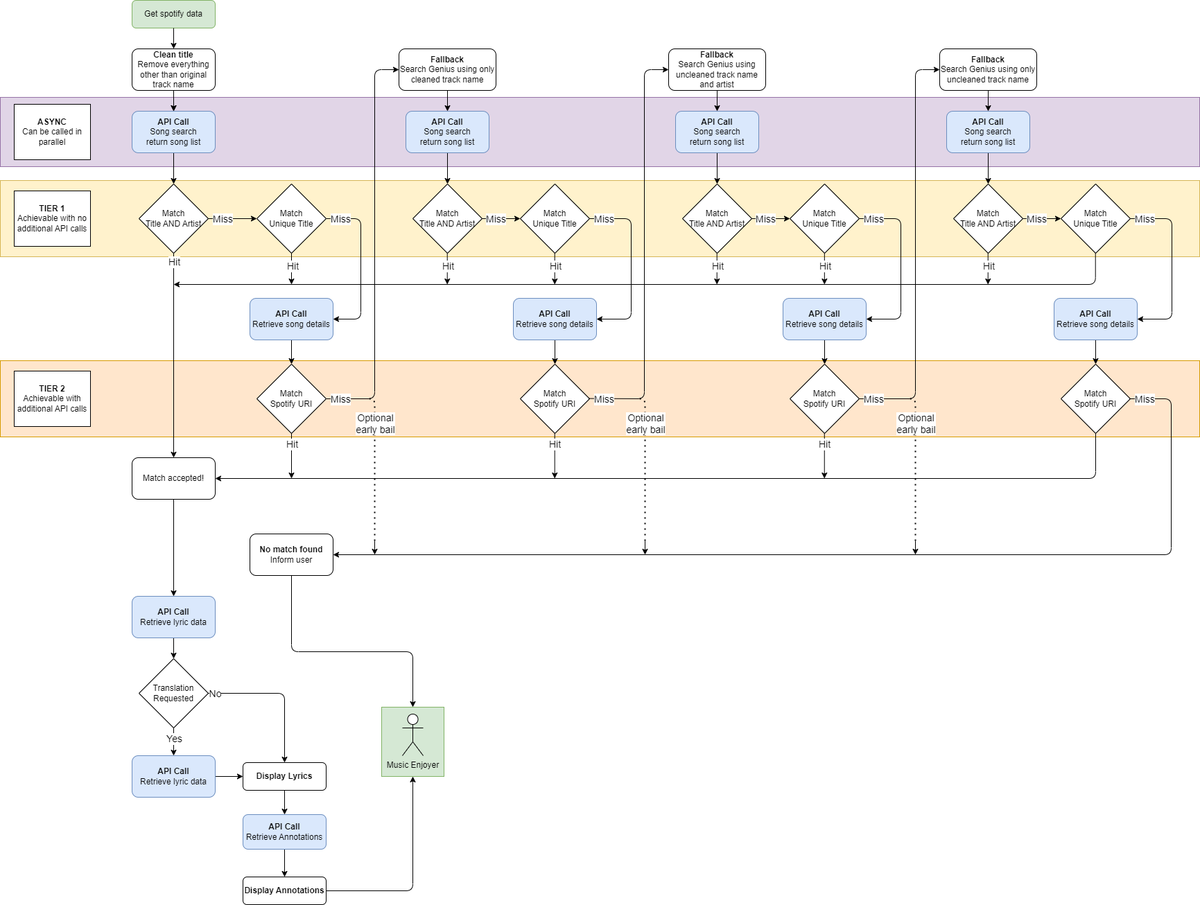
Above: design/lyrics-match.png in alexbishopbootcamp/music-lyric-player (draw.io), before the change. Source tidied: cells renumbered, new cells last; positions are measured from the earlier drawing's top-left corner, leaving out a move shared by most shapes.
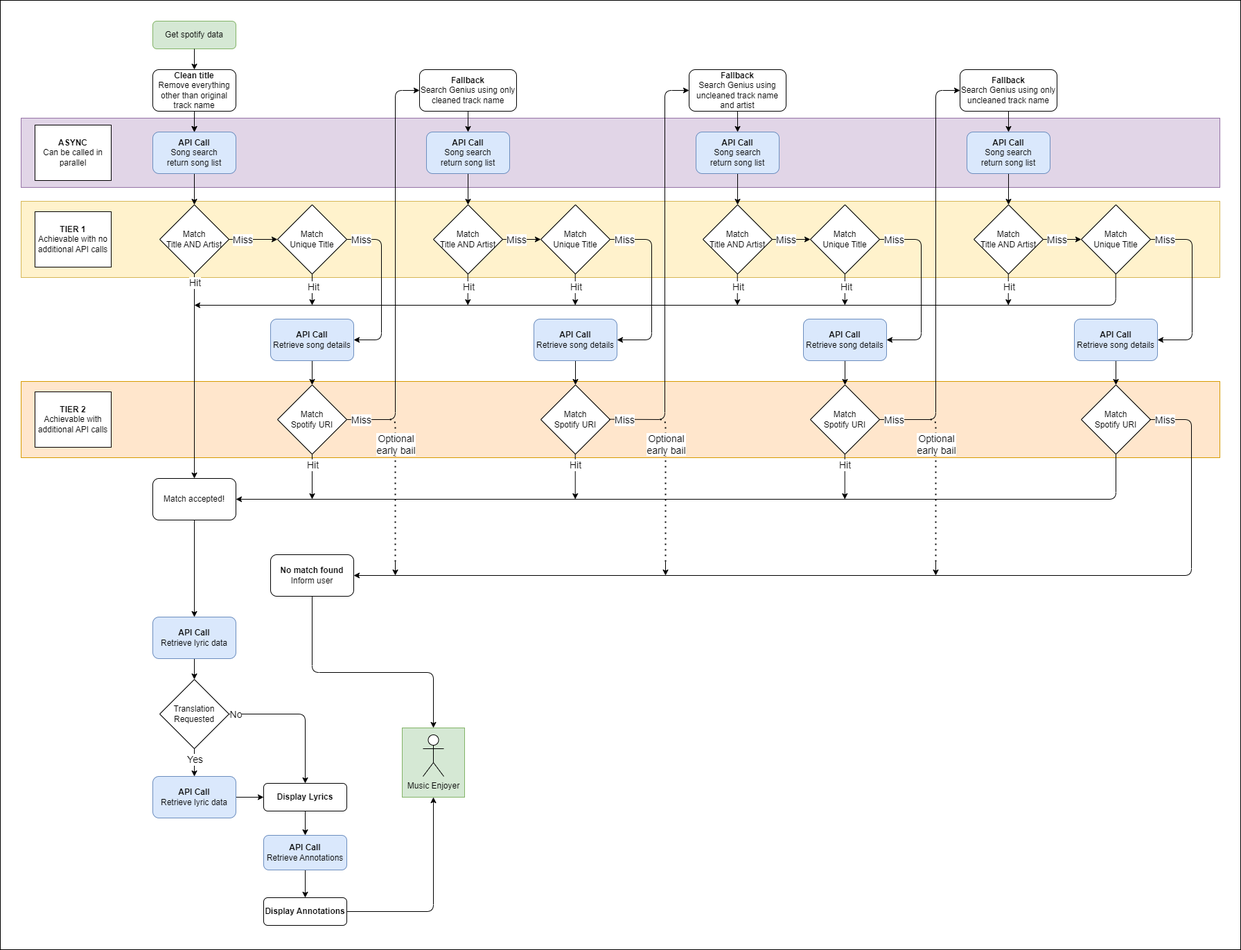
Later version of the same file.

Commit message:
Added white background to flowchart

What changed in the source:
```diff
@@ -2,6 +2,9 @@
   <root>
     <mxCell id="0" />
     <mxCell id="1" parent="0" />
+    <mxCell id="123" style="rounded=0;whiteSpace=wrap;html=1;" parent="1" vertex="1">
+      <mxGeometry x="-30" y="-30" width="1790" height="1370" as="geometry" />
+    </mxCell>
     <mxCell id="2" style="rounded=0;whiteSpace=wrap;html=1;fillColor=#e1d5e7;strokeColor=#9673a6;" parent="1" vertex="1">
       <mxGeometry y="140" width="1730" height="100" as="geometry" />
     </mxCell>
```
